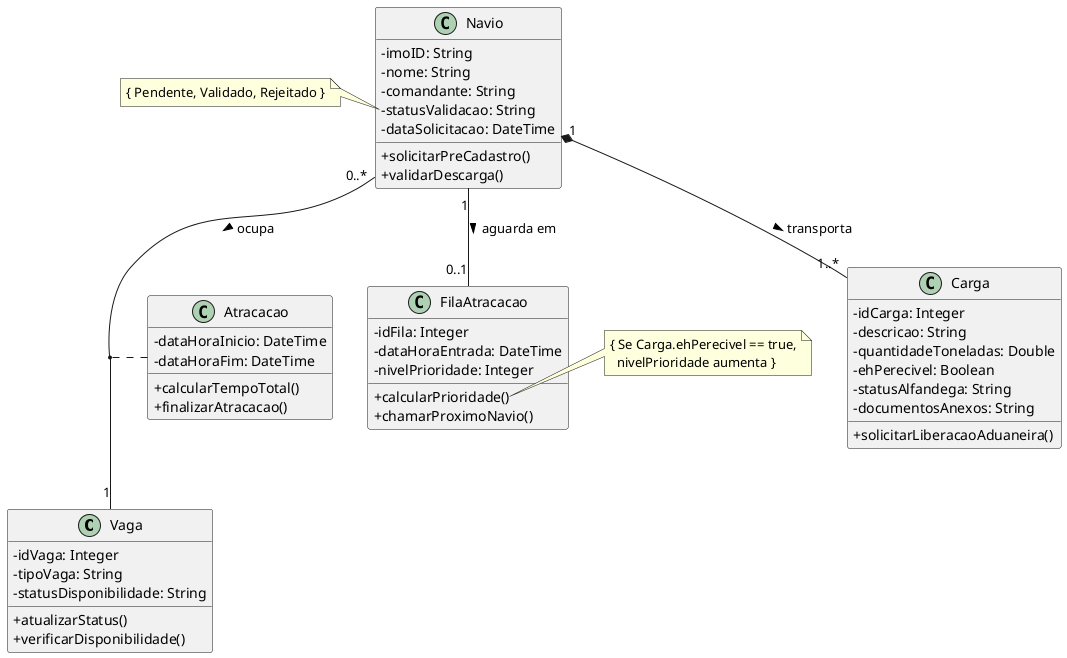
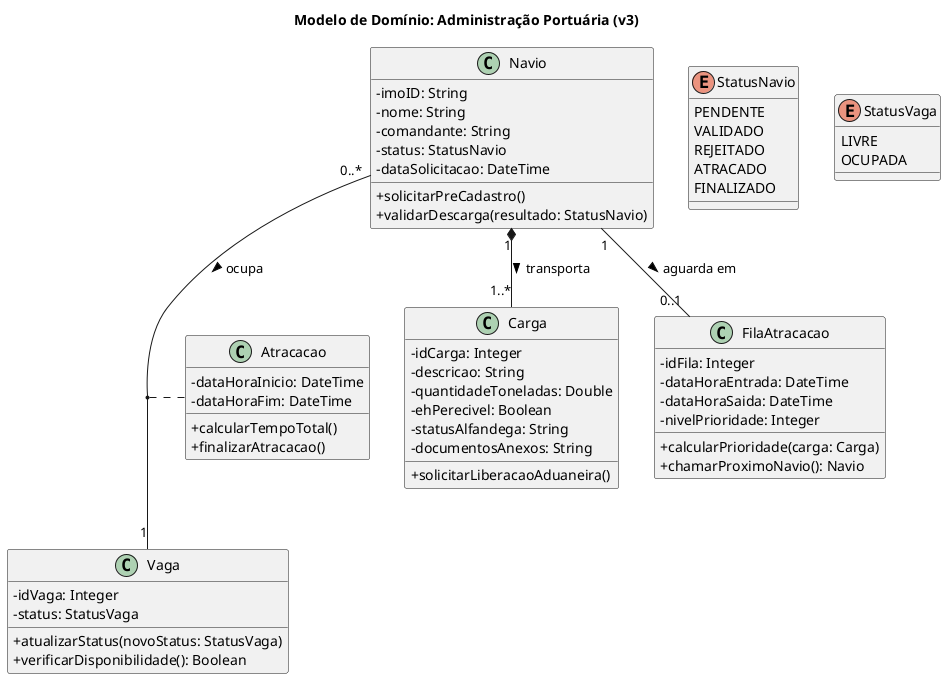
@startuml
+ title Modelo de Domínio: Administração Portuária (v3)
skinparam classAttributeIconSize 0
+ enum StatusNavio {
+   PENDENTE
+   VALIDADO
+   REJEITADO
+   ATRACADO
+   FINALIZADO
+ }

- class Vaga {
-   - idVaga: Integer
-   - tipoVaga: String
-   - statusDisponibilidade: String
-   + atualizarStatus()
-   + verificarDisponibilidade()
+ enum StatusVaga {
+   LIVRE
+   OCUPADA
}

class Navio {
-   - imoID: String
+ - imoID: String
  - nome: String
  - comandante: String
-   - statusValidacao: String
+   - status: StatusNavio
  - dataSolicitacao: DateTime
  + solicitarPreCadastro()
-   + validarDescarga()
+   + validarDescarga(resultado: StatusNavio)
}

class Carga {
  - idCarga: Integer
  - descricao: String
  - quantidadeToneladas: Double
  - ehPerecivel: Boolean
  - statusAlfandega: String
  - documentosAnexos: String
  + solicitarLiberacaoAduaneira()
}

+ class Vaga {
+   - idVaga: Integer
+   - status: StatusVaga
+   + atualizarStatus(novoStatus: StatusVaga)
+   + verificarDisponibilidade(): Boolean
+ }
+ 
class FilaAtracacao {
  - idFila: Integer
  - dataHoraEntrada: DateTime
+   - dataHoraSaida: DateTime
  - nivelPrioridade: Integer
-   + calcularPrioridade()
-   + chamarProximoNavio()
+   + calcularPrioridade(carga: Carga)
+   + chamarProximoNavio(): Navio
}

class Atracacao {
  - dataHoraInicio: DateTime
  - dataHoraFim: DateTime
  + calcularTempoTotal()
  + finalizarAtracacao()
}

- ' Relacionamento de Composição
+ ' Relacionamentos
Navio "1" *-- "1..*" Carga : transporta >
- 
- ' Relacionamento de Associação Simples
+ Navio "0..*" -- "1" Vaga : ocupa >
+ (Navio, Vaga) .. Atracacao
Navio "1" -- "0..1" FilaAtracacao : aguarda em >

- ' Classe Associativa
- Navio "0..*" -- "1" Vaga : ocupa >
- (Navio, Vaga) .. Atracacao
- 
- note left of Navio::statusValidacao
-   { Pendente, Validado, Rejeitado }
- end note
- 
- note right of FilaAtracacao::calcularPrioridade
-   { Se Carga.ehPerecivel == true,
-     nivelPrioridade aumenta }
- end note
- 
@enduml